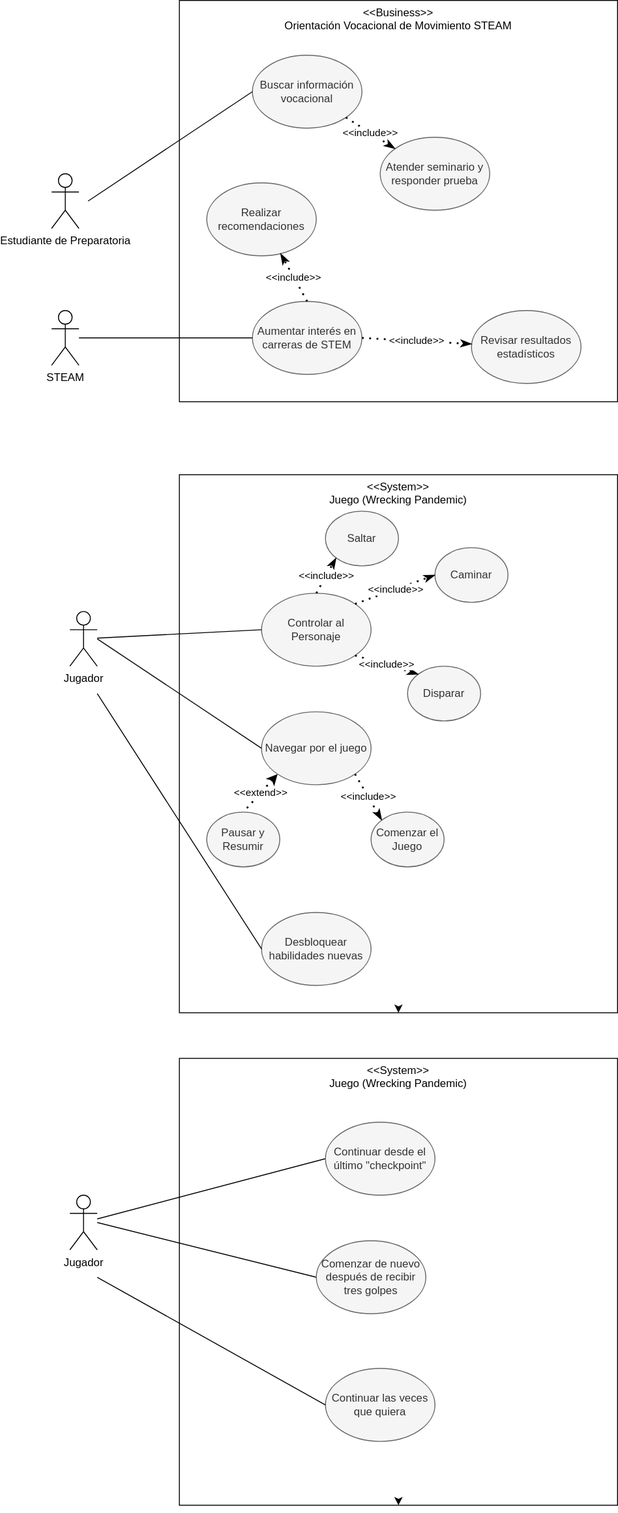
Above: diagrams/diagramas_wreckingpandemic.drawio.svg in BloqueSoftwareDev/srsdoc (draw.io), before the change. Source tidied: cells renumbered, new cells last; positions are measured from the earlier drawing's top-left corner, leaving out a move shared by most shapes.
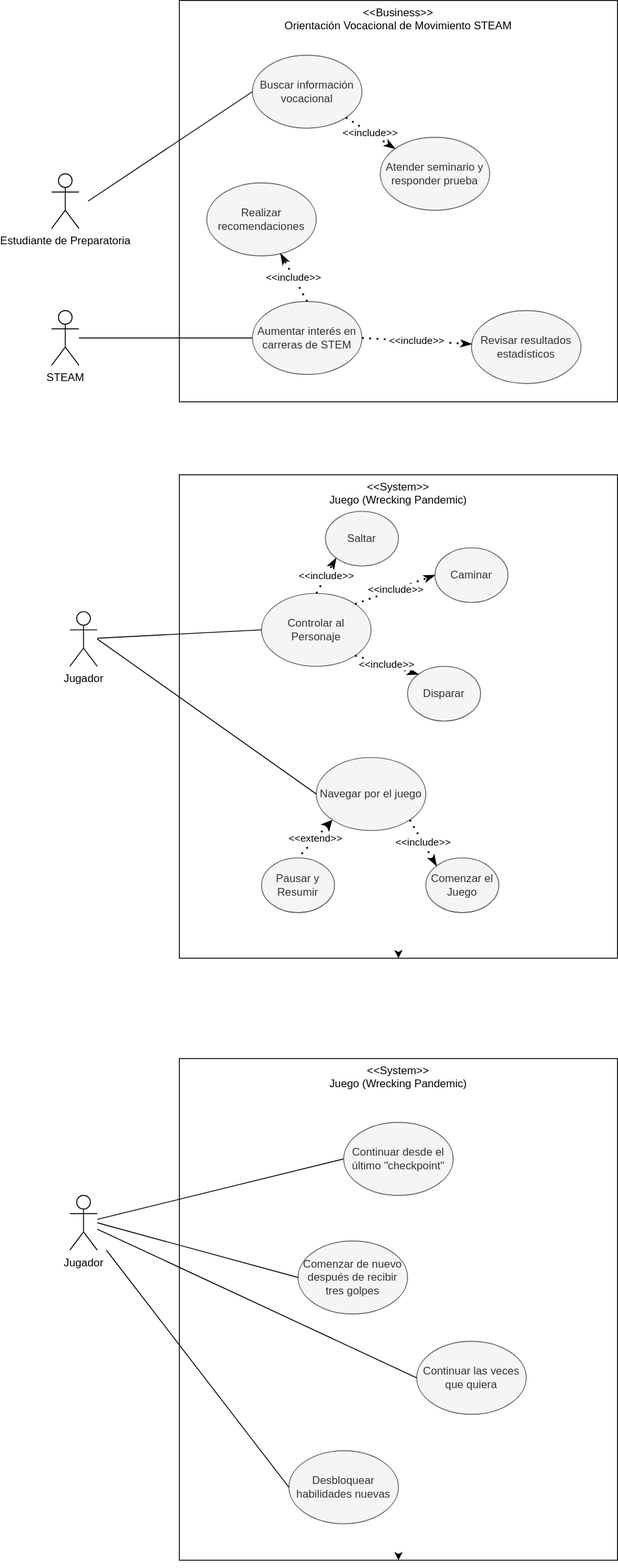
Later version of the same file.

Diff of the diagram source:
```diff
@@ -26,7 +26,7 @@
       <mxGeometry relative="1" as="geometry" />
     </mxCell>
     <mxCell id="9" value="&amp;lt;&amp;lt;System&amp;gt;&amp;gt;&lt;br&gt;Juego (Wrecking Pandemic)" style="rounded=0;whiteSpace=wrap;html=1;labelPosition=center;verticalLabelPosition=middle;align=center;verticalAlign=top;fillColor=none;" parent="1" vertex="1">
-      <mxGeometry x="140" y="520" width="480" height="590" as="geometry" />
+      <mxGeometry x="140" y="520" width="480" height="530" as="geometry" />
     </mxCell>
     <mxCell id="10" value="Jugador" style="shape=umlActor;verticalLabelPosition=bottom;verticalAlign=top;html=1;outlineConnect=0;" parent="1" vertex="1">
       <mxGeometry x="20" y="670" width="30" height="60" as="geometry" />
@@ -56,16 +56,16 @@
       <mxGeometry relative="1" as="geometry" />
     </mxCell>
     <mxCell id="19" value="Navegar por el juego" style="ellipse;whiteSpace=wrap;html=1;fillColor=#f5f5f5;strokeColor=#666666;fontColor=#333333;" parent="1" vertex="1">
-      <mxGeometry x="230" y="780" width="120" height="80" as="geometry" />
+      <mxGeometry x="290" y="830" width="120" height="80" as="geometry" />
     </mxCell>
     <mxCell id="20" value="Comenzar el Juego" style="ellipse;whiteSpace=wrap;html=1;fillColor=#f5f5f5;strokeColor=#666666;fontColor=#333333;" parent="1" vertex="1">
-      <mxGeometry x="350" y="890" width="80" height="60" as="geometry" />
+      <mxGeometry x="410" y="940" width="80" height="60" as="geometry" />
     </mxCell>
     <mxCell id="21" value="&amp;lt;&amp;lt;include&amp;gt;&amp;gt;" style="endArrow=classicThin;dashed=1;html=1;dashPattern=1 3;strokeWidth=2;entryX=0;entryY=0;entryDx=0;entryDy=0;exitX=1;exitY=1;exitDx=0;exitDy=0;startArrow=none;startFill=0;endFill=1;" parent="1" edge="1" source="19" target="20">
       <mxGeometry relative="1" as="geometry" />
     </mxCell>
     <mxCell id="22" value="Pausar y Resumir" style="ellipse;whiteSpace=wrap;html=1;fillColor=#f5f5f5;strokeColor=#666666;fontColor=#333333;" parent="1" vertex="1">
-      <mxGeometry x="170" y="890" width="80" height="60" as="geometry" />
+      <mxGeometry x="230" y="940" width="80" height="60" as="geometry" />
     </mxCell>
     <mxCell id="23" value="&amp;lt;&amp;lt;extend&amp;gt;&amp;gt;" style="endArrow=none;dashed=1;html=1;dashPattern=1 3;strokeWidth=2;entryX=0.5;entryY=0;entryDx=0;entryDy=0;exitX=0;exitY=1;exitDx=0;exitDy=0;startArrow=classic;startFill=1;endFill=0;" parent="1" edge="1" source="19" target="22">
       <mxGeometry relative="1" as="geometry" />
@@ -75,14 +75,6 @@
         <mxPoint x="50" y="700" as="targetPoint" />
       </mxGeometry>
     </mxCell>
-    <mxCell id="25" value="Desbloquear habilidades nuevas" style="ellipse;whiteSpace=wrap;html=1;fillColor=#f5f5f5;strokeColor=#666666;fontColor=#333333;" parent="1" vertex="1">
-      <mxGeometry x="230" y="1000" width="120" height="80" as="geometry" />
-    </mxCell>
-    <mxCell id="26" style="endArrow=none;html=1;exitX=0;exitY=0.5;exitDx=0;exitDy=0;" parent="1" edge="1" source="25">
-      <mxGeometry relative="1" as="geometry">
-        <mxPoint x="50" y="760" as="targetPoint" />
-      </mxGeometry>
-    </mxCell>
     <mxCell id="27" value="Atender seminario y responder prueba" style="ellipse;whiteSpace=wrap;html=1;fillColor=#f5f5f5;strokeColor=#666666;fontColor=#333333;" parent="1" vertex="1">
       <mxGeometry x="360" y="150" width="120" height="80" as="geometry" />
     </mxCell>
@@ -108,7 +100,7 @@
       <mxGeometry relative="1" as="geometry" />
     </mxCell>
     <mxCell id="35" value="&amp;lt;&amp;lt;System&amp;gt;&amp;gt;&lt;br&gt;Juego (Wrecking Pandemic)" style="rounded=0;whiteSpace=wrap;html=1;labelPosition=center;verticalLabelPosition=middle;align=center;verticalAlign=top;fillColor=none;" parent="1" vertex="1">
-      <mxGeometry x="140" y="1160" width="480" height="490" as="geometry" />
+      <mxGeometry x="140" y="1160" width="480" height="550" as="geometry" />
     </mxCell>
     <mxCell id="36" value="Jugador" style="shape=umlActor;verticalLabelPosition=bottom;verticalAlign=top;html=1;outlineConnect=0;" parent="1" vertex="1">
       <mxGeometry x="20" y="1310" width="30" height="60" as="geometry" />
@@ -122,12 +114,10 @@
       </mxGeometry>
     </mxCell>
     <mxCell id="39" value="Continuar las veces que quiera" style="ellipse;whiteSpace=wrap;html=1;fillColor=#f5f5f5;strokeColor=#666666;fontColor=#333333;" parent="1" vertex="1">
-      <mxGeometry x="300" y="1500" width="120" height="80" as="geometry" />
+      <mxGeometry x="400" y="1470" width="120" height="80" as="geometry" />
     </mxCell>
-    <mxCell id="40" style="endArrow=none;html=1;exitX=0;exitY=0.5;exitDx=0;exitDy=0;" parent="1" edge="1" source="39">
-      <mxGeometry relative="1" as="geometry">
-        <mxPoint x="50" y="1400" as="targetPoint" />
-      </mxGeometry>
+    <mxCell id="40" style="endArrow=none;html=1;exitX=0;exitY=0.5;exitDx=0;exitDy=0;" parent="1" edge="1" source="39" target="36">
+      <mxGeometry relative="1" as="geometry" />
     </mxCell>
     <mxCell id="41" style="edgeStyle=orthogonalEdgeStyle;rounded=0;orthogonalLoop=1;jettySize=auto;html=1;exitX=0.5;exitY=1;exitDx=0;exitDy=0;startArrow=classic;startFill=1;endArrow=none;endFill=0;" parent="1" edge="1" source="35" target="35">
       <mxGeometry relative="1" as="geometry" />
@@ -136,10 +126,18 @@
       <mxGeometry relative="1" as="geometry" />
     </mxCell>
     <mxCell id="43" value="Comenzar de nuevo después de recibir tres golpes" style="ellipse;whiteSpace=wrap;html=1;fillColor=#f5f5f5;strokeColor=#666666;fontColor=#333333;" parent="1" vertex="1">
-      <mxGeometry x="290" y="1360" width="120" height="80" as="geometry" />
+      <mxGeometry x="270" y="1360" width="120" height="80" as="geometry" />
     </mxCell>
     <mxCell id="44" value="Continuar desde el último &quot;checkpoint&quot;" style="ellipse;whiteSpace=wrap;html=1;fillColor=#f5f5f5;strokeColor=#666666;fontColor=#333333;" parent="1" vertex="1">
-      <mxGeometry x="300" y="1230" width="120" height="80" as="geometry" />
+      <mxGeometry x="320" y="1230" width="120" height="80" as="geometry" />
     </mxCell>
+    <mxCell id="25" value="Desbloquear habilidades nuevas" style="ellipse;whiteSpace=wrap;html=1;fillColor=#f5f5f5;strokeColor=#666666;fontColor=#333333;" parent="1" vertex="1">
+      <mxGeometry x="260" y="1590" width="120" height="80" as="geometry" />
+    </mxCell>
+    <mxCell id="45" style="endArrow=none;html=1;exitX=0;exitY=0.5;exitDx=0;exitDy=0;" parent="1" edge="1" source="25">
+      <mxGeometry relative="1" as="geometry">
+        <mxPoint x="60" y="1370" as="targetPoint" />
+      </mxGeometry>
+    </mxCell>
   </root>
 </mxGraphModel>
```
